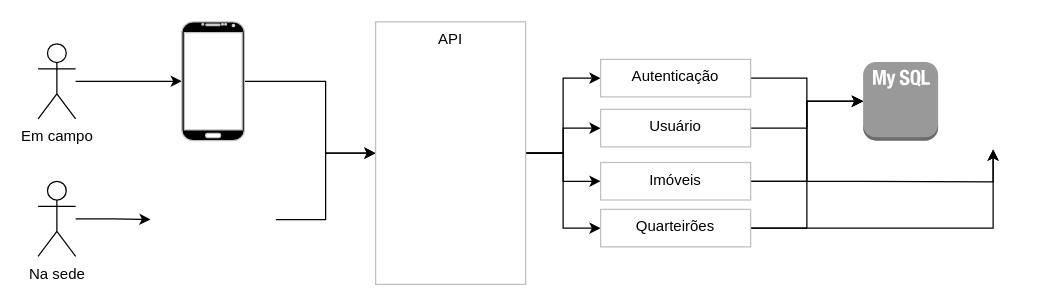
Above: FluxoProjeto.drawio in FloraRosaPupo/App-cadastro-imobiliario (draw.io), before the change. Source tidied: cells renumbered, new cells numbered last; positions are measured from the earlier drawing's top-left corner, leaving out a move shared by most shapes. Both pictures are drawn from the tidied source at 125%, with x=0, y=0 at pixel (38, 21).
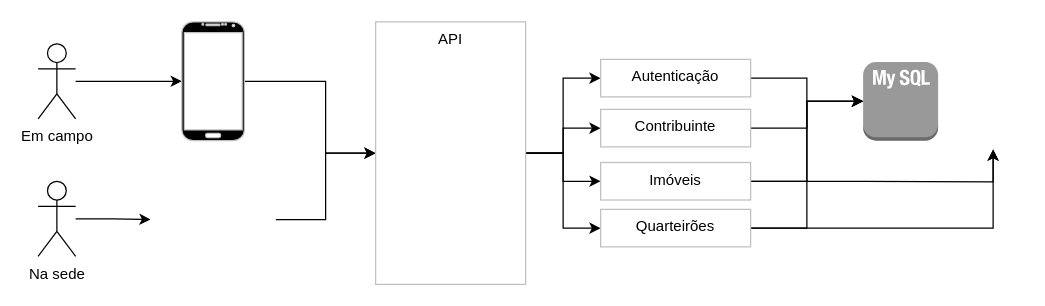
The same page after the edit.

Commit message:
alteração fluxo do projeto

Diff of the diagram source:
```diff
@@
-    <mxCell id="18" value="Usuário" style="whiteSpace=wrap;html=1;verticalAlign=top;strokeColor=#c0c0c0;shadow=0;dashed=0;strokeWidth=1;" parent="1" vertex="1">
+    <mxCell id="18" value="Contribuinte&lt;br&gt;" style="whiteSpace=wrap;html=1;verticalAlign=top;strokeColor=#c0c0c0;shadow=0;dashed=0;strokeWidth=1;" parent="1" vertex="1">
       <mxGeometry x="450" y="70" width="120" height="30" as="geometry" />
     </mxCell>
```
